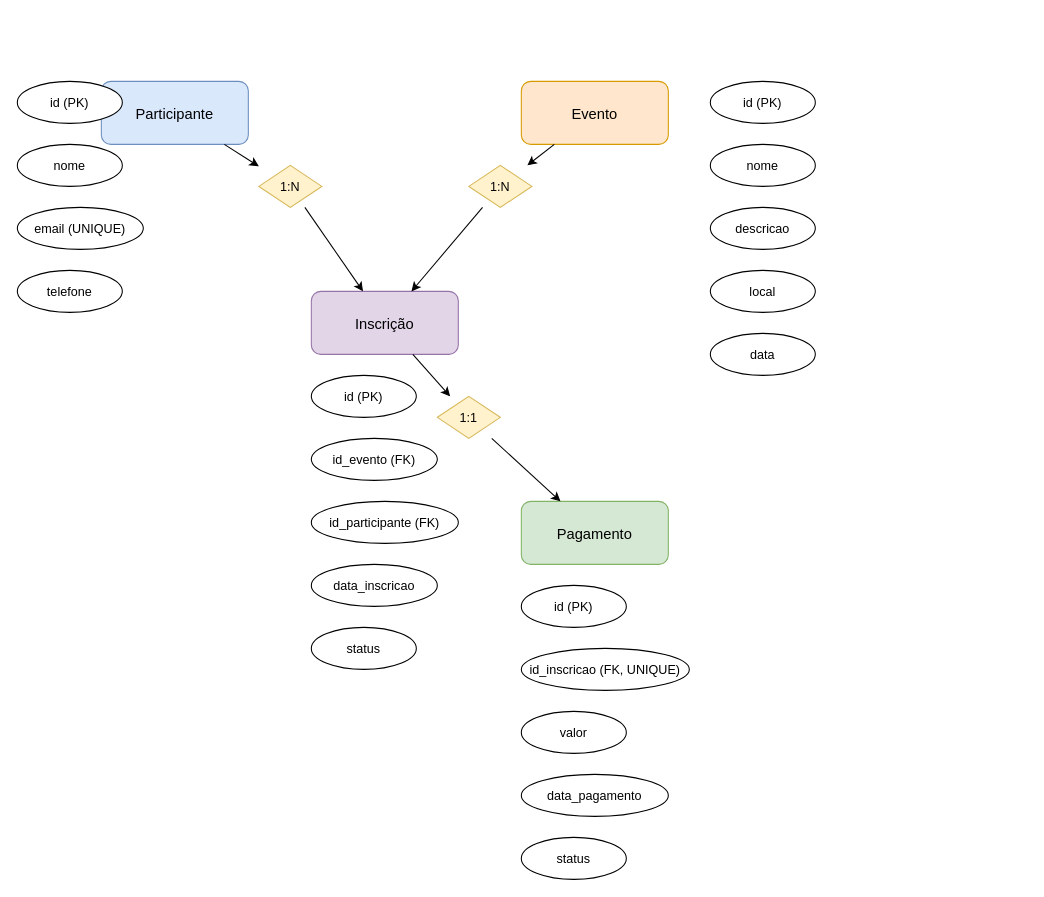
Earlier version of the draw.io diagram Trabalho_rafael/evento.drawio (skapefps/sistemas-banco-de-dados-rafael). Source tidied: cells renumbered, new cells numbered last; positions are measured from the earlier drawing's top-left corner, leaving out a move shared by most shapes. Both pictures are drawn from the tidied source at 105%, with x=0, y=0 at pixel (17, 81).
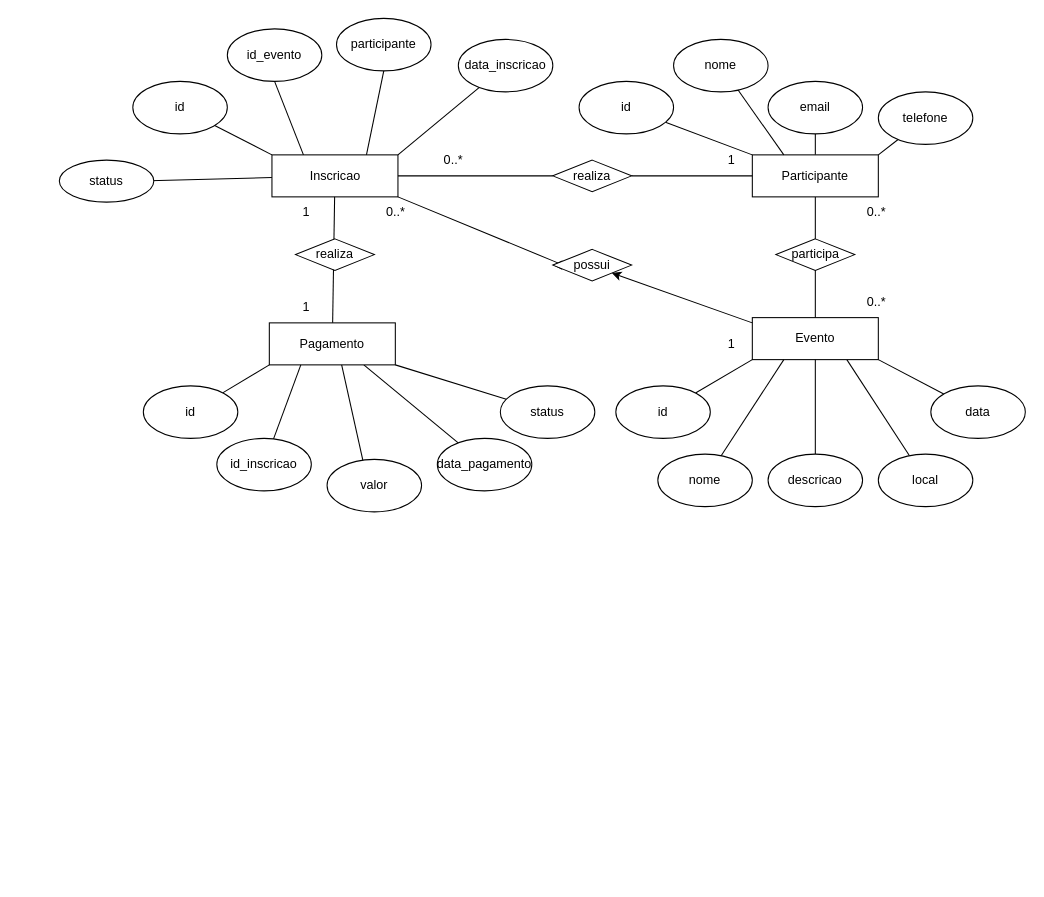
The same page after the edit.

Commit message:
Trabalho terminado

The edit, as a diff of the source:
```diff
@@
-    <mxCell id="2" value="Participante" style="shape=rectangle;rounded=1;fillColor=#dae8fc;strokeColor=#6c8ebf;fontSize=14;" parent="1" vertex="1">
-      <mxGeometry x="80" width="140" height="60" as="geometry" />
-    </mxCell>
+    <mxCell id="34" style="edgeStyle=none;html=1;exitX=0;exitY=0;exitDx=0;exitDy=0;endArrow=none;endFill=0;" parent="1" edge="1" source="39" target="40">
+      <mxGeometry relative="1" as="geometry" />
+    </mxCell>
+    <mxCell id="35" style="edgeStyle=none;html=1;exitX=0.75;exitY=0;exitDx=0;exitDy=0;entryX=0.5;entryY=1;entryDx=0;entryDy=0;endArrow=none;endFill=0;" parent="1" edge="1" source="39" target="42">
+      <mxGeometry relative="1" as="geometry" />
+    </mxCell>
+    <mxCell id="36" style="edgeStyle=none;html=1;exitX=1;exitY=0;exitDx=0;exitDy=0;endArrow=none;endFill=0;" parent="1" edge="1" source="39" target="18">
+      <mxGeometry relative="1" as="geometry" />
+    </mxCell>
+    <mxCell id="37" style="edgeStyle=none;html=1;" parent="1" edge="1" source="39">
+      <mxGeometry relative="1" as="geometry">
+        <mxPoint x="110" y="95" as="targetPoint" />
+      </mxGeometry>
+    </mxCell>
+    <mxCell id="38" style="edgeStyle=none;html=1;exitX=1;exitY=1;exitDx=0;exitDy=0;entryX=0;entryY=0.5;entryDx=0;entryDy=0;" parent="1" edge="1" source="39" target="75">
+      <mxGeometry relative="1" as="geometry">
+        <Array as="points">
+          <mxPoint x="520" y="175" />
+        </Array>
+      </mxGeometry>
+    </mxCell>
+    <mxCell id="39" value="Inscricao" style="rounded=0;whiteSpace=wrap;html=1;" parent="1" vertex="1">
+      <mxGeometry x="242.5" y="70" width="120" height="40" as="geometry" />
+    </mxCell>
+    <mxCell id="40" value="id" style="ellipse;whiteSpace=wrap;html=1;" parent="1" vertex="1">
+      <mxGeometry x="110" width="90" height="50" as="geometry" />
+    </mxCell>
+    <mxCell id="41" value="id_evento" style="ellipse;whiteSpace=wrap;html=1;" parent="1" vertex="1">
+      <mxGeometry x="200" y="-50" width="90" height="50" as="geometry" />
+    </mxCell>
+    <mxCell id="42" value="participante" style="ellipse;whiteSpace=wrap;html=1;" parent="1" vertex="1">
+      <mxGeometry x="304" y="-60" width="90" height="50" as="geometry" />
+    </mxCell>
+    <mxCell id="18" value="data_inscricao" style="ellipse;whiteSpace=wrap;html=1;" parent="1" vertex="1">
+      <mxGeometry x="420" y="-40" width="90" height="50" as="geometry" />
+    </mxCell>
+    <mxCell id="43" style="endArrow=none;html=1;entryX=0.25;entryY=0;entryDx=0;entryDy=0;exitX=0.5;exitY=1;exitDx=0;exitDy=0;" parent="1" edge="1" source="41" target="39">
+      <mxGeometry relative="1" as="geometry" />
+    </mxCell>
+    <mxCell id="44" style="edgeStyle=none;html=1;exitX=0;exitY=1;exitDx=0;exitDy=0;endArrow=none;endFill=0;" parent="1" edge="1" source="5" target="48">
+      <mxGeometry relative="1" as="geometry" />
+    </mxCell>
+    <mxCell id="45" style="edgeStyle=none;html=1;exitX=0.5;exitY=0;exitDx=0;exitDy=0;entryX=0.5;entryY=1;entryDx=0;entryDy=0;endArrow=none;endFill=0;" parent="1" edge="1" source="5" target="22">
+      <mxGeometry relative="1" as="geometry" />
+    </mxCell>
+    <mxCell id="46" style="edgeStyle=none;html=1;exitX=0.75;exitY=1;exitDx=0;exitDy=0;endArrow=none;endFill=0;" parent="1" edge="1" source="5" target="23">
+      <mxGeometry relative="1" as="geometry" />
+    </mxCell>
+    <mxCell id="47" style="edgeStyle=none;html=1;endArrow=none;endFill=0;" parent="1" edge="1" source="5" target="39">
+      <mxGeometry relative="1" as="geometry" />
+    </mxCell>
+    <mxCell id="5" value="Pagamento" style="rounded=0;whiteSpace=wrap;html=1;" parent="1" vertex="1">
+      <mxGeometry x="240" y="230" width="120" height="40" as="geometry" />
+    </mxCell>
+    <mxCell id="48" value="id" style="ellipse;whiteSpace=wrap;html=1;" parent="1" vertex="1">
+      <mxGeometry x="120" y="290" width="90" height="50" as="geometry" />
+    </mxCell>
+    <mxCell id="49" value="id_inscricao" style="ellipse;whiteSpace=wrap;html=1;" parent="1" vertex="1">
+      <mxGeometry x="190" y="340" width="90" height="50" as="geometry" />
+    </mxCell>
+    <mxCell id="22" value="valor" style="ellipse;whiteSpace=wrap;html=1;" parent="1" vertex="1">
+      <mxGeometry x="295" y="360" width="90" height="50" as="geometry" />
+    </mxCell>
+    <mxCell id="23" value="data_pagamento" style="ellipse;whiteSpace=wrap;html=1;" parent="1" vertex="1">
+      <mxGeometry x="400" y="340" width="90" height="50" as="geometry" />
+    </mxCell>
+    <mxCell id="50" style="endArrow=none;html=1;entryX=0.25;entryY=1;entryDx=0;entryDy=0;" parent="1" edge="1" source="49" target="5">
+      <mxGeometry relative="1" as="geometry" />
+    </mxCell>
+    <mxCell id="51" style="edgeStyle=none;html=1;entryX=1;entryY=1;entryDx=0;entryDy=0;endArrow=none;endFill=0;" parent="1" edge="1" source="52" target="5">
+      <mxGeometry relative="1" as="geometry" />
+    </mxCell>
+    <mxCell id="52" value="status" style="ellipse;whiteSpace=wrap;html=1;" parent="1" vertex="1">
+      <mxGeometry x="460" y="290" width="90" height="50" as="geometry" />
+    </mxCell>
+    <mxCell id="53" style="edgeStyle=none;html=1;exitX=0;exitY=1;exitDx=0;exitDy=0;endArrow=none;endFill=0;" parent="1" edge="1" source="3" target="57">
+      <mxGeometry relative="1" as="geometry" />
+    </mxCell>
+    <mxCell id="54" style="edgeStyle=none;html=1;exitX=0.5;exitY=0;exitDx=0;exitDy=0;entryX=0.5;entryY=1;entryDx=0;entryDy=0;endArrow=none;endFill=0;" parent="1" edge="1" source="3" target="12">
+      <mxGeometry relative="1" as="geometry" />
+    </mxCell>
+    <mxCell id="55" style="edgeStyle=none;html=1;exitX=0.75;exitY=1;exitDx=0;exitDy=0;endArrow=none;endFill=0;" parent="1" edge="1" source="3" target="13">
+      <mxGeometry relative="1" as="geometry" />
+    </mxCell>
+    <mxCell id="56" style="edgeStyle=none;html=1;endArrow=none;endFill=0;" parent="1" edge="1" source="3" target="2">
+      <mxGeometry relative="1" as="geometry" />
+    </mxCell>
-    <mxCell id="3" value="Evento" style="shape=rectangle;rounded=1;fillColor=#ffe6cc;strokeColor=#d79b00;fontSize=14;" parent="1" vertex="1">
-      <mxGeometry x="480" width="140" height="60" as="geometry" />
+    <mxCell id="3" value="Evento" style="rounded=0;whiteSpace=wrap;html=1;" parent="1" vertex="1">
+      <mxGeometry x="700" y="225" width="120" height="40" as="geometry" />
     </mxCell>
-    <mxCell id="4" value="Inscrição" style="shape=rectangle;rounded=1;fillColor=#e1d5e7;strokeColor=#9673a6;fontSize=14;" parent="1" vertex="1">
-      <mxGeometry x="280" y="200" width="140" height="60" as="geometry" />
-    </mxCell>
-    <mxCell id="5" value="Pagamento" style="shape=rectangle;rounded=1;fillColor=#d5e8d4;strokeColor=#82b366;fontSize=14;" parent="1" vertex="1">
-      <mxGeometry x="480" y="400" width="140" height="60" as="geometry" />
-    </mxCell>
-    <mxCell id="6" value="id (PK)" style="ellipse;" parent="1" vertex="1">
-      <mxGeometry width="100" height="40" as="geometry" />
-    </mxCell>
-    <mxCell id="7" value="nome" style="ellipse;" parent="1" vertex="1">
-      <mxGeometry y="60" width="100" height="40" as="geometry" />
-    </mxCell>
-    <mxCell id="8" value="email (UNIQUE)" style="ellipse;" parent="1" vertex="1">
-      <mxGeometry y="120" width="120" height="40" as="geometry" />
-    </mxCell>
-    <mxCell id="9" value="telefone" style="ellipse;" parent="1" vertex="1">
-      <mxGeometry y="180" width="100" height="40" as="geometry" />
-    </mxCell>
-    <mxCell id="10" value="id (PK)" style="ellipse;" parent="1" vertex="1">
-      <mxGeometry x="660" width="100" height="40" as="geometry" />
-    </mxCell>
-    <mxCell id="11" value="nome" style="ellipse;" parent="1" vertex="1">
-      <mxGeometry x="660" y="60" width="100" height="40" as="geometry" />
-    </mxCell>
+    <mxCell id="57" value="id" style="ellipse;whiteSpace=wrap;html=1;" parent="1" vertex="1">
+      <mxGeometry x="570" y="290" width="90" height="50" as="geometry" />
+    </mxCell>
+    <mxCell id="58" value="nome" style="ellipse;whiteSpace=wrap;html=1;" parent="1" vertex="1">
+      <mxGeometry x="610" y="355" width="90" height="50" as="geometry" />
+    </mxCell>
-    <mxCell id="12" value="descricao" style="ellipse;" parent="1" vertex="1">
-      <mxGeometry x="660" y="120" width="100" height="40" as="geometry" />
+    <mxCell id="12" value="descricao" style="ellipse;whiteSpace=wrap;html=1;" parent="1" vertex="1">
+      <mxGeometry x="715" y="355" width="90" height="50" as="geometry" />
     </mxCell>
-    <mxCell id="13" value="local" style="ellipse;" parent="1" vertex="1">
-      <mxGeometry x="660" y="180" width="100" height="40" as="geometry" />
+    <mxCell id="13" value="local" style="ellipse;whiteSpace=wrap;html=1;" parent="1" vertex="1">
+      <mxGeometry x="820" y="355" width="90" height="50" as="geometry" />
     </mxCell>
+    <mxCell id="59" style="endArrow=none;html=1;entryX=0.25;entryY=1;entryDx=0;entryDy=0;" parent="1" edge="1" source="58" target="3">
+      <mxGeometry relative="1" as="geometry" />
+    </mxCell>
+    <mxCell id="60" style="edgeStyle=none;html=1;entryX=1;entryY=1;entryDx=0;entryDy=0;endArrow=none;endFill=0;" parent="1" edge="1" source="14" target="3">
+      <mxGeometry relative="1" as="geometry" />
+    </mxCell>
-    <mxCell id="14" value="data" style="ellipse;" parent="1" vertex="1">
-      <mxGeometry x="660" y="240" width="100" height="40" as="geometry" />
+    <mxCell id="14" value="data" style="ellipse;whiteSpace=wrap;html=1;" parent="1" vertex="1">
+      <mxGeometry x="870" y="290" width="90" height="50" as="geometry" />
     </mxCell>
-    <mxCell id="15" value="id (PK)" style="ellipse;" parent="1" vertex="1">
-      <mxGeometry x="280" y="280" width="100" height="40" as="geometry" />
-    </mxCell>
-    <mxCell id="16" value="id_evento (FK)" style="ellipse;" parent="1" vertex="1">
-      <mxGeometry x="280" y="340" width="120" height="40" as="geometry" />
-    </mxCell>
-    <mxCell id="17" value="id_participante (FK)" style="ellipse;" parent="1" vertex="1">
-      <mxGeometry x="280" y="400" width="140" height="40" as="geometry" />
-    </mxCell>
-    <mxCell id="18" value="data_inscricao" style="ellipse;" parent="1" vertex="1">
-      <mxGeometry x="280" y="460" width="120" height="40" as="geometry" />
-    </mxCell>
-    <mxCell id="19" value="status" style="ellipse;" parent="1" vertex="1">
-      <mxGeometry x="280" y="520" width="100" height="40" as="geometry" />
-    </mxCell>
-    <mxCell id="20" value="id (PK)" style="ellipse;" parent="1" vertex="1">
-      <mxGeometry x="480" y="480" width="100" height="40" as="geometry" />
-    </mxCell>
-    <mxCell id="21" value="id_inscricao (FK, UNIQUE)" style="ellipse;" parent="1" vertex="1">
-      <mxGeometry x="480" y="540" width="160" height="40" as="geometry" />
-    </mxCell>
-    <mxCell id="22" value="valor" style="ellipse;" parent="1" vertex="1">
-      <mxGeometry x="480" y="600" width="100" height="40" as="geometry" />
-    </mxCell>
-    <mxCell id="23" value="data_pagamento" style="ellipse;" parent="1" vertex="1">
-      <mxGeometry x="480" y="660" width="140" height="40" as="geometry" />
-    </mxCell>
-    <mxCell id="24" value="status" style="ellipse;" parent="1" vertex="1">
-      <mxGeometry x="480" y="720" width="100" height="40" as="geometry" />
-    </mxCell>
-    <mxCell id="25" value="1:N" style="shape=rhombus;fillColor=#fff2cc;strokeColor=#d6b656;" parent="1" vertex="1">
-      <mxGeometry x="230" y="80" width="60" height="40" as="geometry" />
-    </mxCell>
-    <mxCell id="26" value="1:N" style="shape=rhombus;fillColor=#fff2cc;strokeColor=#d6b656;" parent="1" vertex="1">
-      <mxGeometry x="430" y="80" width="60" height="40" as="geometry" />
-    </mxCell>
-    <mxCell id="27" value="1:1" style="shape=rhombus;fillColor=#fff2cc;strokeColor=#d6b656;" parent="1" vertex="1">
-      <mxGeometry x="400" y="300" width="60" height="40" as="geometry" />
-    </mxCell>
-    <mxCell id="28" parent="1" edge="1" source="2" target="25">
-      <mxGeometry relative="1" as="geometry" />
-    </mxCell>
-    <mxCell id="29" parent="1" edge="1" source="25" target="4">
-      <mxGeometry relative="1" as="geometry" />
-    </mxCell>
-    <mxCell id="30" parent="1" edge="1" source="3" target="26">
-      <mxGeometry relative="1" as="geometry" />
-    </mxCell>
-    <mxCell id="31" parent="1" edge="1" source="26" target="4">
-      <mxGeometry relative="1" as="geometry" />
-    </mxCell>
-    <mxCell id="32" parent="1" edge="1" source="4" target="27">
-      <mxGeometry relative="1" as="geometry" />
-    </mxCell>
-    <mxCell id="33" parent="1" edge="1" source="27" target="5">
-      <mxGeometry relative="1" as="geometry" />
-    </mxCell>
+    <mxCell id="61" style="edgeStyle=none;html=1;endArrow=none;endFill=0;exitX=0;exitY=0;exitDx=0;exitDy=0;" parent="1" edge="1" source="2" target="65">
+      <mxGeometry relative="1" as="geometry" />
+    </mxCell>
+    <mxCell id="62" style="edgeStyle=none;html=1;exitX=0.5;exitY=0;exitDx=0;exitDy=0;entryX=0.5;entryY=1;entryDx=0;entryDy=0;endArrow=none;endFill=0;" parent="1" edge="1" source="2" target="67">
+      <mxGeometry relative="1" as="geometry" />
+    </mxCell>
+    <mxCell id="63" style="edgeStyle=none;html=1;exitX=1;exitY=0;exitDx=0;exitDy=0;endArrow=none;endFill=0;" parent="1" edge="1" source="2" target="9">
+      <mxGeometry relative="1" as="geometry" />
+    </mxCell>
+    <mxCell id="64" style="edgeStyle=none;html=1;endArrow=none;endFill=0;" parent="1" edge="1" source="78" target="39">
+      <mxGeometry relative="1" as="geometry" />
+    </mxCell>
+    <mxCell id="2" value="Participante" style="rounded=0;whiteSpace=wrap;html=1;" parent="1" vertex="1">
+      <mxGeometry x="700" y="70" width="120" height="40" as="geometry" />
+    </mxCell>
+    <mxCell id="65" value="id" style="ellipse;whiteSpace=wrap;html=1;" parent="1" vertex="1">
+      <mxGeometry x="535" width="90" height="50" as="geometry" />
+    </mxCell>
+    <mxCell id="66" value="nome" style="ellipse;whiteSpace=wrap;html=1;" parent="1" vertex="1">
+      <mxGeometry x="625" y="-40" width="90" height="50" as="geometry" />
+    </mxCell>
+    <mxCell id="67" value="email" style="ellipse;whiteSpace=wrap;html=1;" parent="1" vertex="1">
+      <mxGeometry x="715" width="90" height="50" as="geometry" />
+    </mxCell>
+    <mxCell id="9" value="telefone" style="ellipse;whiteSpace=wrap;html=1;" parent="1" vertex="1">
+      <mxGeometry x="820" y="10" width="90" height="50" as="geometry" />
+    </mxCell>
+    <mxCell id="68" style="endArrow=none;html=1;entryX=0.25;entryY=0;entryDx=0;entryDy=0;" parent="1" edge="1" source="66" target="2">
+      <mxGeometry relative="1" as="geometry" />
+    </mxCell>
+    <mxCell id="69" value="0..*" style="text;html=1;align=center;verticalAlign=middle;strokeColor=none;fillColor=none;" parent="1" vertex="1">
+      <mxGeometry x="797.5" y="195" width="40" height="30" as="geometry" />
+    </mxCell>
+    <mxCell id="70" value="0..*" style="text;html=1;align=center;verticalAlign=middle;strokeColor=none;fillColor=none;" parent="1" vertex="1">
+      <mxGeometry x="797.5" y="110" width="40" height="30" as="geometry" />
+    </mxCell>
+    <mxCell id="71" value="0..*" style="text;html=1;align=center;verticalAlign=middle;strokeColor=none;fillColor=none;" parent="1" vertex="1">
+      <mxGeometry x="340" y="110" width="40" height="30" as="geometry" />
+    </mxCell>
+    <mxCell id="72" value="1" style="text;html=1;align=center;verticalAlign=middle;strokeColor=none;fillColor=none;" parent="1" vertex="1">
+      <mxGeometry x="260" y="200" width="30" height="30" as="geometry" />
+    </mxCell>
+    <mxCell id="73" value="realiza" style="rhombus;whiteSpace=wrap;html=1;" parent="1" vertex="1">
+      <mxGeometry x="265" y="150" width="75" height="30" as="geometry" />
+    </mxCell>
+    <mxCell id="74" style="edgeStyle=none;html=1;exitX=1;exitY=1;exitDx=0;exitDy=0;strokeColor=none;" parent="1" edge="1" source="75" target="3">
+      <mxGeometry relative="1" as="geometry" />
+    </mxCell>
+    <mxCell id="75" value="possui" style="rhombus;whiteSpace=wrap;html=1;" parent="1" vertex="1">
+      <mxGeometry x="510" y="160" width="75" height="30" as="geometry" />
+    </mxCell>
+    <mxCell id="76" value="participa" style="rhombus;whiteSpace=wrap;html=1;" parent="1" vertex="1">
+      <mxGeometry x="722.5" y="150" width="75" height="30" as="geometry" />
+    </mxCell>
+    <mxCell id="77" style="edgeStyle=none;html=1;endArrow=none;endFill=0;" parent="1" edge="1" source="2" target="78">
+      <mxGeometry relative="1" as="geometry" />
+    </mxCell>
+    <mxCell id="78" value="realiza" style="rhombus;whiteSpace=wrap;html=1;" parent="1" vertex="1">
+      <mxGeometry x="510" y="75" width="75" height="30" as="geometry" />
+    </mxCell>
+    <mxCell id="79" value="1" style="text;html=1;align=center;verticalAlign=middle;strokeColor=none;fillColor=none;" parent="1" vertex="1">
+      <mxGeometry x="665" y="60" width="30" height="30" as="geometry" />
+    </mxCell>
+    <mxCell id="80" value="0..*" style="text;html=1;align=center;verticalAlign=middle;strokeColor=none;fillColor=none;" parent="1" vertex="1">
+      <mxGeometry x="395" y="60" width="40" height="30" as="geometry" />
+    </mxCell>
+    <mxCell id="81" value="status" style="ellipse;whiteSpace=wrap;html=1;" parent="1" vertex="1">
+      <mxGeometry x="40" y="75" width="90" height="40" as="geometry" />
+    </mxCell>
+    <mxCell id="82" value="1" style="text;html=1;align=center;verticalAlign=middle;strokeColor=none;fillColor=none;" parent="1" vertex="1">
+      <mxGeometry x="260" y="110" width="30" height="30" as="geometry" />
+    </mxCell>
+    <mxCell id="83" style="edgeStyle=none;html=1;entryX=1;entryY=1;entryDx=0;entryDy=0;" parent="1" edge="1" target="75">
+      <mxGeometry relative="1" as="geometry">
+        <mxPoint x="700" y="230" as="sourcePoint" />
+      </mxGeometry>
+    </mxCell>
+    <mxCell id="84" value="1" style="text;html=1;align=center;verticalAlign=middle;strokeColor=none;fillColor=none;" parent="1" vertex="1">
+      <mxGeometry x="665" y="235" width="30" height="30" as="geometry" />
+    </mxCell>
```
